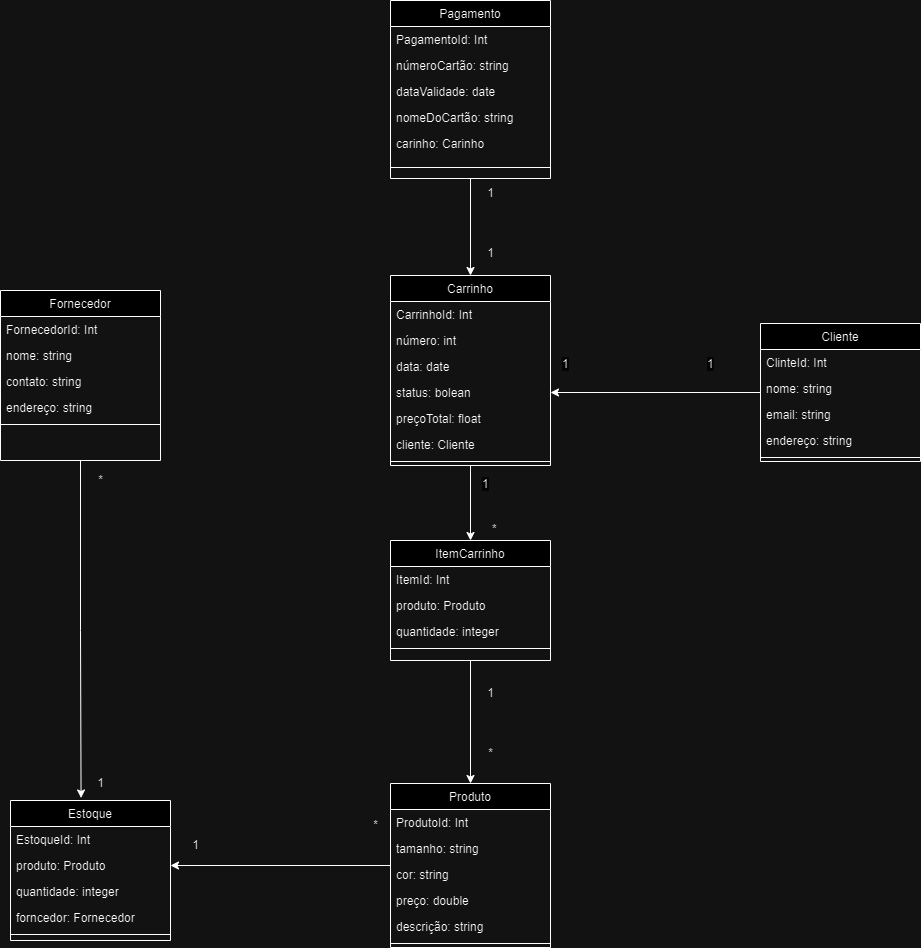
Earlier version of the draw.io export imagem drawio/diagrama.png (Aramischangchain/camisa_online). Source tidied: cells renumbered, new cells last; positions are measured from the earlier drawing's top-left corner, leaving out a move shared by most shapes.
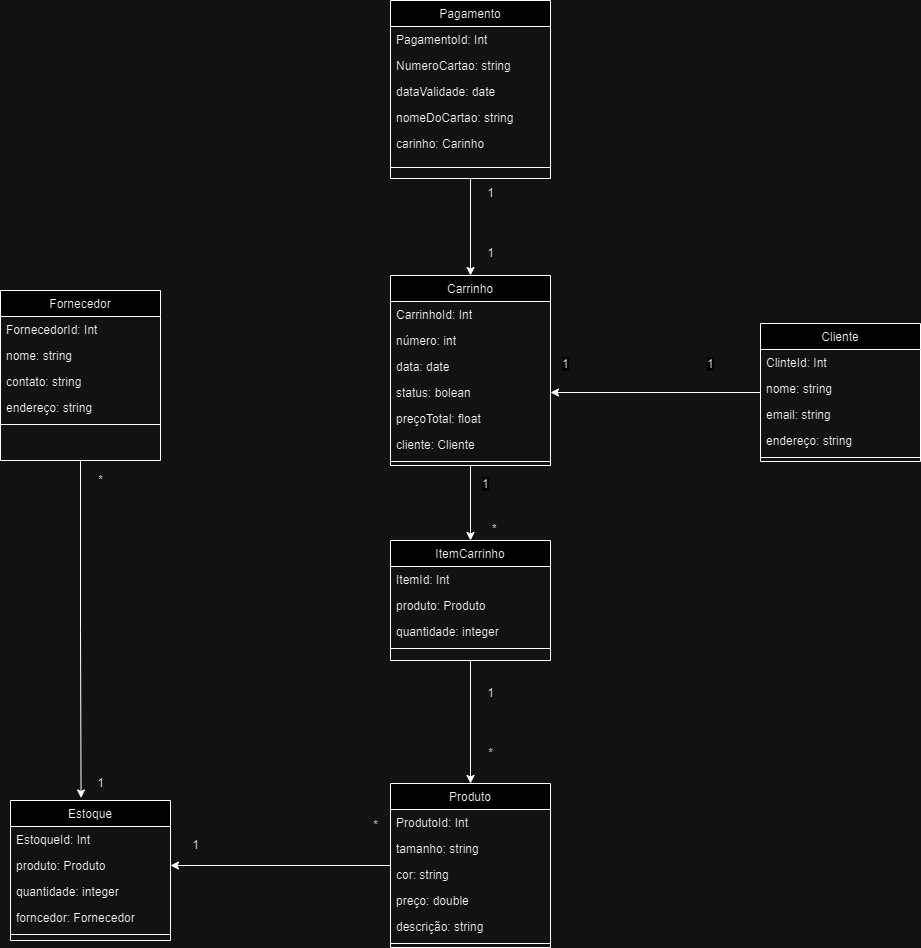
The same diagram one commit later.

What changed in the source:
```diff
@@ -140,13 +140,13 @@
     <mxCell id="47" value="PagamentoId: Int" style="text;align=left;verticalAlign=top;spacingLeft=4;spacingRight=4;overflow=hidden;" parent="46" vertex="1">
       <mxGeometry y="26" width="160" height="26" as="geometry" />
     </mxCell>
-    <mxCell id="48" value="númeroCartão: string" style="text;align=left;verticalAlign=top;spacingLeft=4;spacingRight=4;overflow=hidden;" parent="46" vertex="1">
+    <mxCell id="48" value="NumeroCartao: string" style="text;align=left;verticalAlign=top;spacingLeft=4;spacingRight=4;overflow=hidden;" parent="46" vertex="1">
       <mxGeometry y="52" width="160" height="26" as="geometry" />
     </mxCell>
     <mxCell id="49" value="dataValidade: date  " style="text;align=left;verticalAlign=top;spacingLeft=4;spacingRight=4;overflow=hidden;rounded=0;shadow=0;html=0;" parent="46" vertex="1">
       <mxGeometry y="78" width="160" height="26" as="geometry" />
     </mxCell>
-    <mxCell id="50" value="nomeDoCartão: string" style="text;align=left;verticalAlign=top;spacingLeft=4;spacingRight=4;overflow=hidden;rounded=0;shadow=0;html=0;" parent="46" vertex="1">
+    <mxCell id="50" value="nomeDoCartao: string" style="text;align=left;verticalAlign=top;spacingLeft=4;spacingRight=4;overflow=hidden;rounded=0;shadow=0;html=0;" parent="46" vertex="1">
       <mxGeometry y="104" width="160" height="26" as="geometry" />
     </mxCell>
     <mxCell id="51" value="carinho: Carinho" style="text;align=left;verticalAlign=top;spacingLeft=4;spacingRight=4;overflow=hidden;rounded=0;shadow=0;html=0;" parent="46" vertex="1">
```
